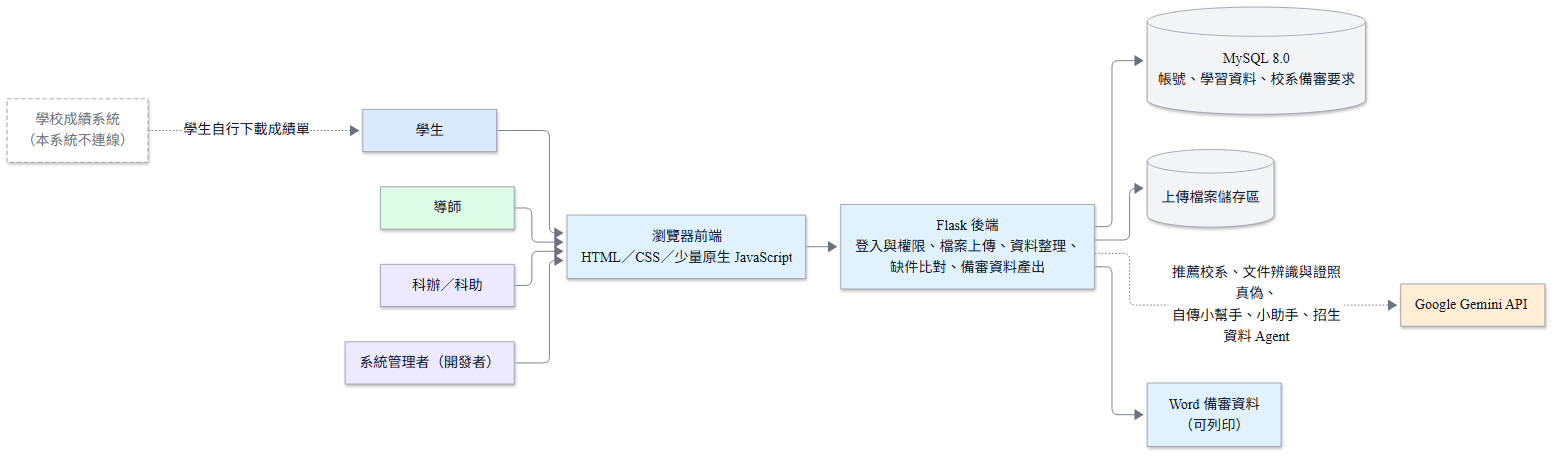
Earlier version of the Mermaid export docs/images/D-05-system-architecture.png (vujhdcusa/1028). Its source is kept beside it as docs/images/D-05-system-architecture.mmd.
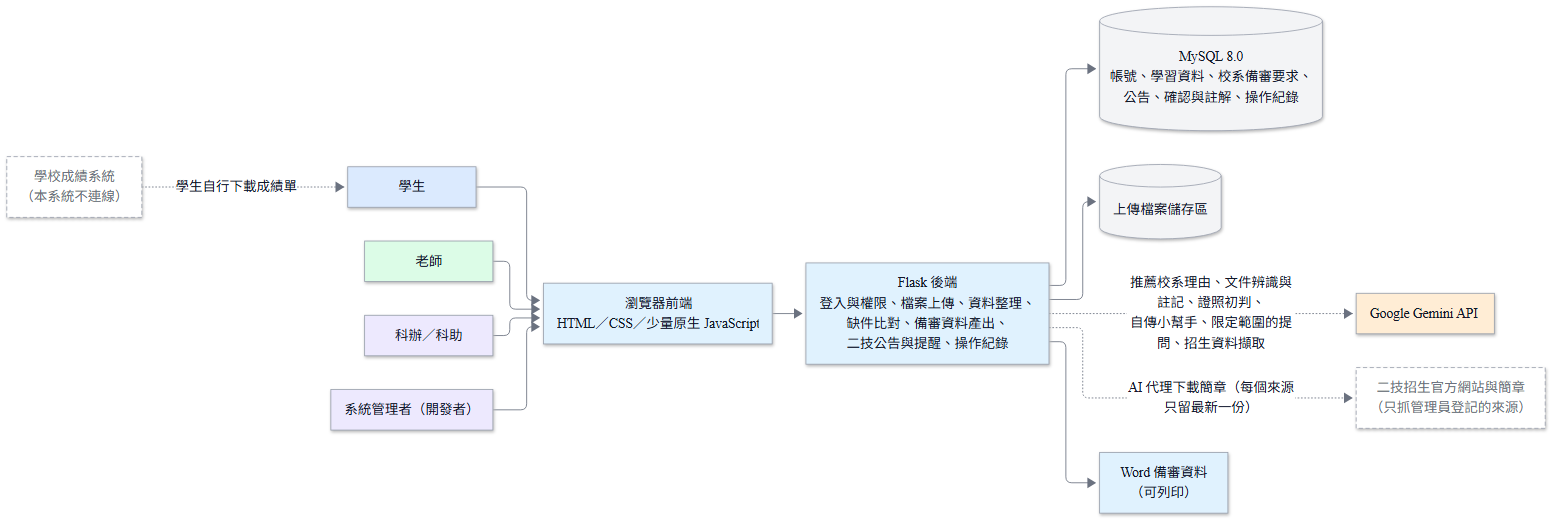
The same file after the commit.

Change to the diagram source:
```diff
@@ -9,8 +9,9 @@
     classDef external fill:#FFFFFF,stroke:#9CA3AF,color:#6B7280,stroke-width:1px,stroke-dasharray:5 3;
 
     School[學校成績系統<br/>（本系統不連線）]:::external
+    Official[二技招生官方網站與簡章<br/>（只抓管理員登記的來源）]:::external
     Student[學生]:::student
-    Teacher[導師]:::teacher
+    Teacher[老師]:::teacher
     Staff[科辦／科助]:::admin
     Admin[系統管理者（開發者）]:::admin
 
@@ -21,8 +22,9 @@
     Admin --> UI
 
     UI[瀏覽器前端<br/>HTML／CSS／少量原生 JavaScript]:::backend
-    UI --> App[Flask 後端<br/>登入與權限、檔案上傳、資料整理、<br/>缺件比對、備審資料產出]:::backend
-    App --> DB[(MySQL 8.0<br/>帳號、學習資料、校系備審要求)]:::db
+    UI --> App[Flask 後端<br/>登入與權限、檔案上傳、資料整理、<br/>缺件比對、備審資料產出、<br/>二技公告與提醒、操作紀錄]:::backend
+    App --> DB[(MySQL 8.0<br/>帳號、學習資料、校系備審要求、<br/>公告、確認與註解、操作紀錄)]:::db
     App --> Files[(上傳檔案儲存區)]:::db
-    App -. 推薦校系、文件辨識與證照真偽、<br/>自傳小幫手、小助手、招生資料 Agent .-> Gemini[Google Gemini API]:::ai
+    App -. 推薦校系理由、文件辨識與註記、證照初判、<br/>自傳小幫手、限定範圍的提問、招生資料擷取 .-> Gemini[Google Gemini API]:::ai
+    App -. AI 代理下載簡章（每個來源只留最新一份） .-> Official
     App --> Doc[Word 備審資料<br/>（可列印）]:::backend
```
